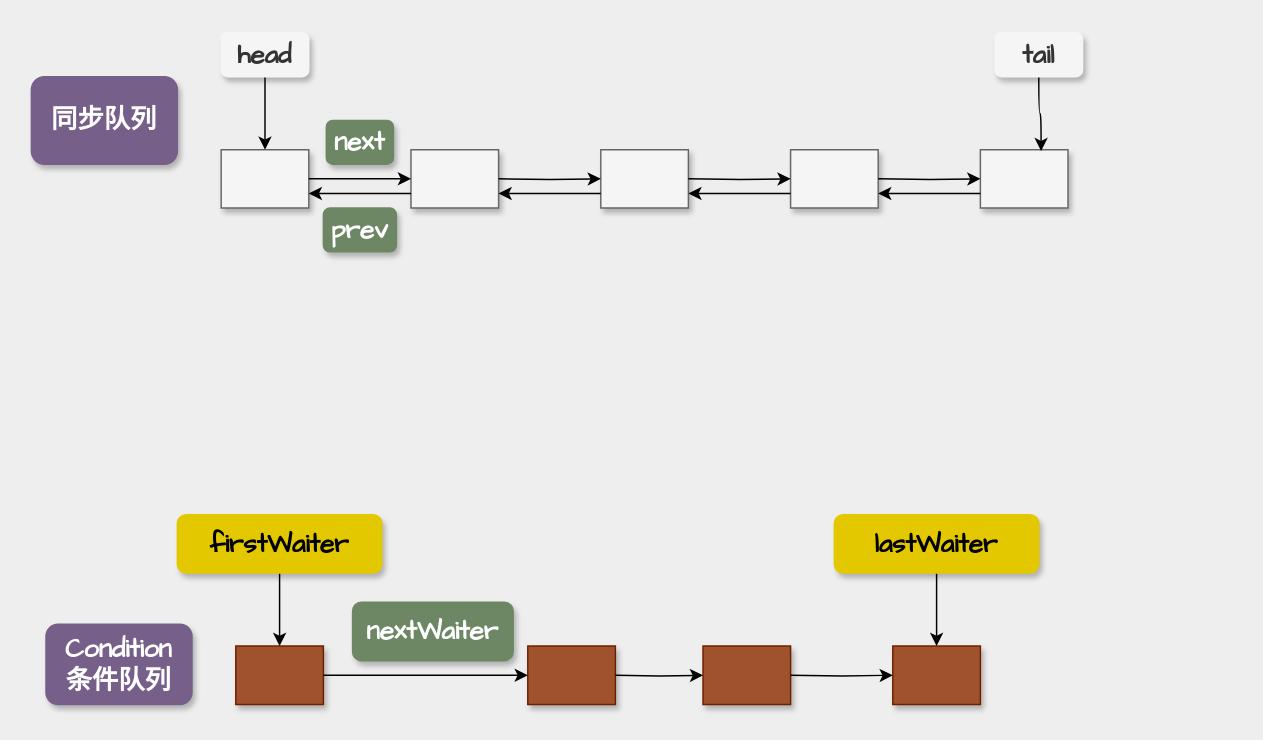
The draw.io diagram page "第 2 页" (1 of 3) of thread/AQS-Condition.drawio in mydlxy/draw, before the edit. Source tidied: cells renumbered, new cells numbered last; positions are measured from the earlier drawing's top-left corner, leaving out a move shared by most shapes. Both pictures are drawn from the tidied source at 146%, with x=0, y=0 at pixel (31, 32).
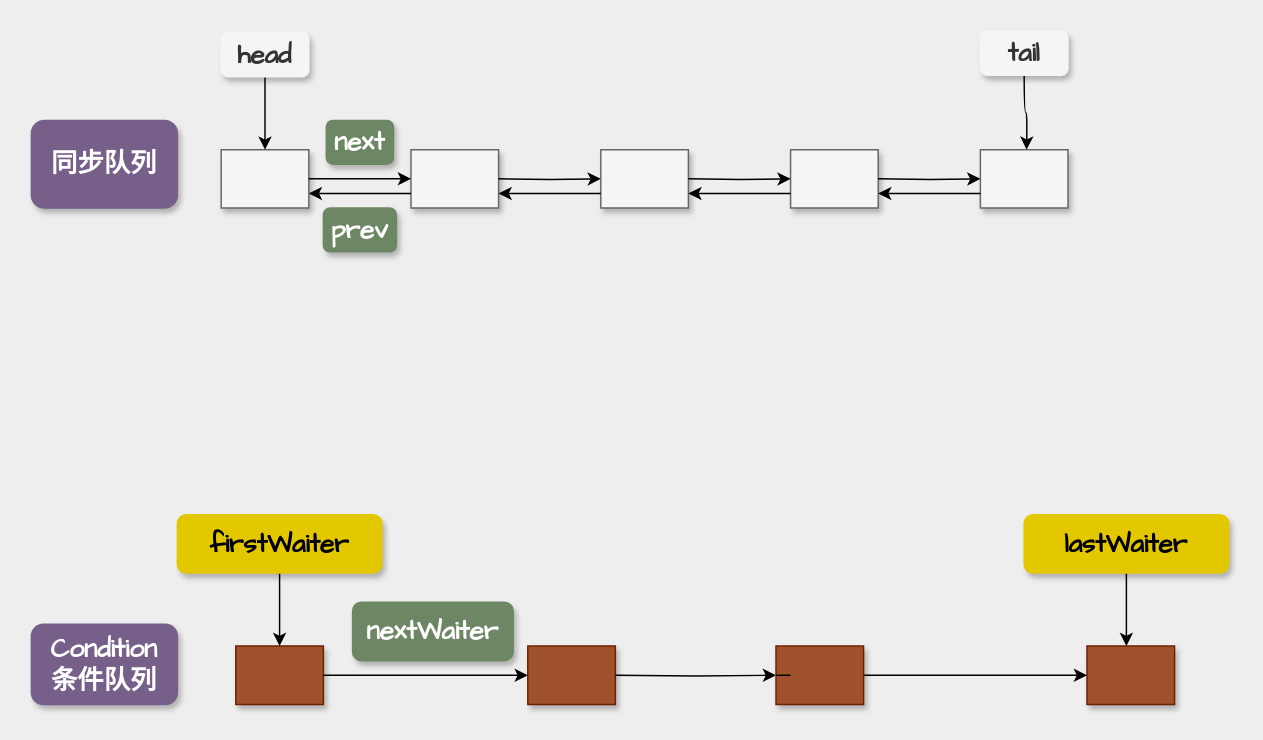
Above is the later version.

Unchanged cells that the change refers to:
```xml
<mxCell id="21" style="shape=tableRow;horizontal=0;startSize=0;swimlaneHead=0;swimlaneBody=0;top=0;left=0;bottom=0;right=0;fillColor=none;points=[[0,0.5],[1,0.5]];portConstraint=eastwest;shadow=1;sketch=0;strokeColor=#909090;fontColor=#1A1A1A;" parent="20" vertex="1">
  <mxGeometry width="60" height="40" as="geometry" />
</mxCell>
<mxCell id="41" style="shape=tableRow;horizontal=0;startSize=0;swimlaneHead=0;swimlaneBody=0;top=0;left=0;bottom=0;right=0;fillColor=none;points=[[0,0.5],[1,0.5]];portConstraint=eastwest;shadow=1;sketch=0;strokeColor=#909090;fontColor=#1A1A1A;" parent="40" vertex="1">
  <mxGeometry width="60" height="40" as="geometry" />
</mxCell>
```

Change to the diagram source:
```diff
@@
-    <mxCell id="27" style="edgeStyle=orthogonalEdgeStyle;curved=1;rounded=0;jettySize=auto;html=1;entryX=0.693;entryY=0.025;entryDx=0;entryDy=0;entryPerimeter=0;strokeColor=#000000;fontFamily=Comic Sans MS;fontSize=18;fontColor=#1A1A1A;" parent="1" edge="1" source="28" target="21">
-      <mxGeometry relative="1" as="geometry" />
+    <mxCell id="27" style="edgeStyle=orthogonalEdgeStyle;curved=1;rounded=0;jettySize=auto;html=1;entryX=0.693;entryY=0.025;entryDx=0;entryDy=0;entryPerimeter=0;strokeColor=#000000;fontFamily=Comic Sans MS;fontSize=18;fontColor=#1A1A1A;" parent="1" edge="1" source="28">
+      <mxGeometry relative="1" as="geometry">
+        <mxPoint x="681.6" y="80" as="targetPoint" />
+      </mxGeometry>
     </mxCell>
     <mxCell id="28" value="&lt;font style=&quot;font-size: 18px;&quot; face=&quot;Comic Sans MS&quot;&gt;&lt;b&gt;tail&lt;/b&gt;&lt;/font&gt;" style="text;html=1;strokeColor=#F5F5F5;fillColor=#F5F5F5;align=center;verticalAlign=middle;whiteSpace=wrap;rounded=1;shadow=1;sketch=0;fontColor=#333333;" parent="1" vertex="1">
-      <mxGeometry x="660" width="60" height="30" as="geometry" />
+      <mxGeometry x="650" y="-1" width="60" height="30" as="geometry" />
     </mxCell>
@@
-    <mxCell id="36" style="shape=table;startSize=0;childLayout=tableLayout;shadow=1;sketch=0;strokeColor=#6D1F00;fontColor=#ffffff;fillColor=#a0522d;" parent="1" vertex="1">
-      <mxGeometry x="460" y="420" width="60" height="40" as="geometry" />
-    </mxCell>
-    <mxCell id="37" style="shape=tableRow;horizontal=0;startSize=0;swimlaneHead=0;swimlaneBody=0;top=0;left=0;bottom=0;right=0;fillColor=none;points=[[0,0.5],[1,0.5]];portConstraint=eastwest;shadow=1;sketch=0;strokeColor=#909090;fontColor=#1A1A1A;" parent="36" vertex="1">
-      <mxGeometry width="60" height="40" as="geometry" />
-    </mxCell>
-    <mxCell id="38" style="shape=partialRectangle;html=1;whiteSpace=wrap;overflow=hidden;fillColor=none;top=0;left=0;bottom=0;right=0;shadow=1;sketch=0;strokeColor=#909090;fontColor=#1A1A1A;" parent="37" vertex="1">
-      <mxGeometry width="60" height="40" as="geometry" />
-    </mxCell>
@@
     <mxCell id="40" style="shape=table;startSize=0;childLayout=tableLayout;shadow=1;sketch=0;strokeColor=#6D1F00;fontColor=#ffffff;fillColor=#a0522d;" parent="1" vertex="1">
-      <mxGeometry x="590" y="420" width="60" height="40" as="geometry" />
+      <mxGeometry x="723" y="420" width="60" height="40" as="geometry" />
     </mxCell>
@@
-    <mxCell id="43" style="edgeStyle=orthogonalEdgeStyle;rounded=0;jettySize=auto;html=1;entryX=0;entryY=0.5;entryDx=0;entryDy=0;strokeColor=#000000;fontColor=#1A1A1A;" parent="1" edge="1" target="41">
-      <mxGeometry relative="1" as="geometry">
-        <mxPoint x="520" y="440" as="sourcePoint" />
-      </mxGeometry>
+    <mxCell id="43" style="edgeStyle=orthogonalEdgeStyle;rounded=0;jettySize=auto;html=1;entryX=0;entryY=0.5;entryDx=0;entryDy=0;strokeColor=#000000;fontColor=#1A1A1A;startArrow=none;" parent="1" edge="1" source="36" target="41">
+      <mxGeometry relative="1" as="geometry" />
     </mxCell>
@@
     <mxCell id="46" style="edgeStyle=orthogonalEdgeStyle;curved=1;rounded=0;jettySize=auto;html=1;entryX=0.5;entryY=0;entryDx=0;entryDy=0;entryPerimeter=0;strokeColor=#000000;fontFamily=Comic Sans MS;fontSize=18;fontColor=#1A1A1A;" parent="1" edge="1" source="47">
       <mxGeometry relative="1" as="geometry">
-        <mxPoint x="620" y="420" as="targetPoint" />
+        <mxPoint x="750" y="420" as="targetPoint" />
       </mxGeometry>
     </mxCell>
     <mxCell id="47" value="&lt;font style=&quot;font-size: 18px;&quot; face=&quot;Comic Sans MS&quot;&gt;&lt;b&gt;lastWaiter&lt;/b&gt;&lt;/font&gt;" style="text;html=1;strokeColor=#E3C800;fillColor=#e3c800;align=center;verticalAlign=middle;whiteSpace=wrap;rounded=1;shadow=1;sketch=0;fontColor=#000000;" parent="1" vertex="1">
-      <mxGeometry x="550" y="330" width="140" height="40" as="geometry" />
+      <mxGeometry x="680" y="330" width="140" height="40" as="geometry" />
     </mxCell>
@@
     <mxCell id="51" value="&lt;b&gt;同步队列&lt;/b&gt;" style="text;html=1;strokeColor=#76608A;fillColor=#76608A;align=center;verticalAlign=middle;whiteSpace=wrap;rounded=1;shadow=1;sketch=0;fontFamily=Comic Sans MS;fontSize=18;fontColor=#ffffff;" parent="1" vertex="1">
-      <mxGeometry y="30" width="100" height="60" as="geometry" />
+      <mxGeometry y="60" width="100" height="60" as="geometry" />
     </mxCell>
     <mxCell id="52" value="&lt;b&gt;Condition&lt;br&gt;条件队列&lt;br&gt;&lt;/b&gt;" style="text;html=1;strokeColor=#76608A;fillColor=#76608A;align=center;verticalAlign=middle;whiteSpace=wrap;rounded=1;shadow=1;sketch=0;fontFamily=Comic Sans MS;fontSize=18;fontColor=#ffffff;" parent="1" vertex="1">
-      <mxGeometry x="10" y="405" width="100" height="55" as="geometry" />
+      <mxGeometry y="405" width="100" height="55" as="geometry" />
     </mxCell>
+    <mxCell id="36" style="shape=table;startSize=0;childLayout=tableLayout;shadow=1;sketch=0;strokeColor=#6D1F00;fontColor=#ffffff;fillColor=#a0522d;" parent="1" vertex="1">
+      <mxGeometry x="510" y="420" width="60" height="40" as="geometry" />
+    </mxCell>
+    <mxCell id="37" style="shape=tableRow;horizontal=0;startSize=0;swimlaneHead=0;swimlaneBody=0;top=0;left=0;bottom=0;right=0;fillColor=none;points=[[0,0.5],[1,0.5]];portConstraint=eastwest;shadow=1;sketch=0;strokeColor=#909090;fontColor=#1A1A1A;" parent="36" vertex="1">
+      <mxGeometry width="60" height="40" as="geometry" />
+    </mxCell>
+    <mxCell id="38" style="shape=partialRectangle;html=1;whiteSpace=wrap;overflow=hidden;fillColor=none;top=0;left=0;bottom=0;right=0;shadow=1;sketch=0;strokeColor=#909090;fontColor=#1A1A1A;" parent="37" vertex="1">
+      <mxGeometry width="60" height="40" as="geometry" />
+    </mxCell>
+    <mxCell id="53" style="edgeStyle=orthogonalEdgeStyle;rounded=0;jettySize=auto;html=1;entryX=0;entryY=0.5;entryDx=0;entryDy=0;strokeColor=#000000;fontColor=#1A1A1A;endArrow=none;" parent="1" edge="1" target="36">
+      <mxGeometry relative="1" as="geometry">
+        <mxPoint x="520" y="440" as="sourcePoint" />
+      </mxGeometry>
+    </mxCell>
```
